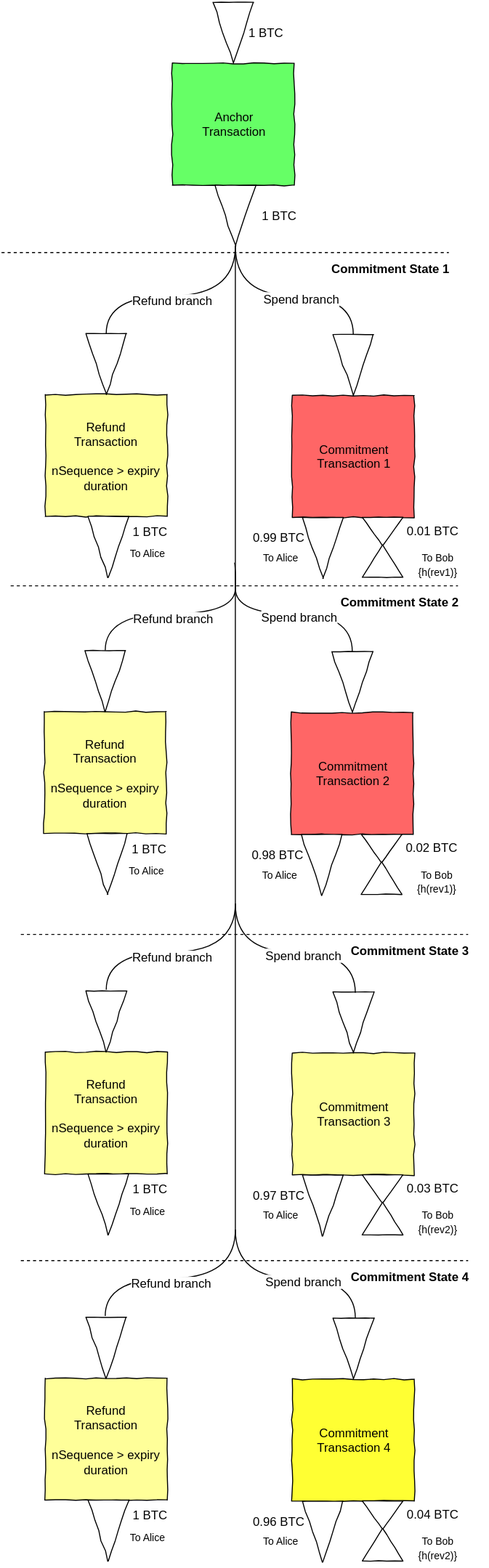
The draw.io diagram two-way-channel4.svg in PayChan/bitcoin-payment-channels-taxonomy, before a commit. Source tidied: cells renumbered, new cells last; positions are measured from the earlier drawing's top-left corner, leaving out a move shared by most shapes.
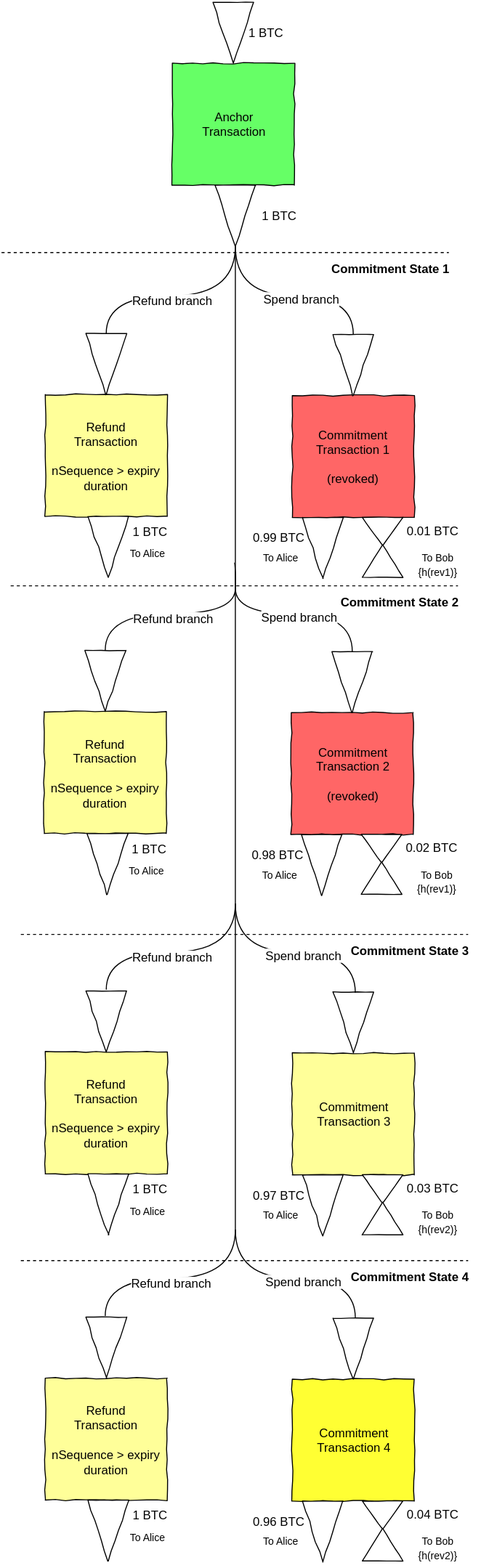
Later version of the same file.

Commit message:
Add everlasting channel diagram

What changed in the source:
```diff
@@ -62,7 +62,7 @@
     <mxCell id="15" style="triangle;whiteSpace=wrap;html=1;comic=1;rotation=90;" parent="1" vertex="1">
       <mxGeometry x="75" y="506.2" width="60" height="40" as="geometry" />
     </mxCell>
-    <mxCell id="16" value="Commitment&lt;div&gt;Transaction 1&lt;/div&gt;" style="whiteSpace=wrap;html=1;comic=1;fillColor=#FF6666;" parent="1" vertex="1">
+    <mxCell id="16" value="&lt;div&gt;Commitment Transaction 1&lt;/div&gt;&lt;div&gt;&lt;br&gt;&lt;/div&gt;&lt;div&gt;(revoked)&lt;/div&gt;" style="whiteSpace=wrap;html=1;comic=1;fillColor=#FF6666;" parent="1" vertex="1">
       <mxGeometry x="286" y="377.2" width="120" height="120" as="geometry" />
     </mxCell>
     <mxCell id="17" style="triangle;whiteSpace=wrap;html=1;comic=1;rotation=90;" parent="1" vertex="1">
@@ -172,7 +172,7 @@
     <mxCell id="44" style="triangle;whiteSpace=wrap;html=1;comic=1;rotation=90;" parent="1" vertex="1">
       <mxGeometry x="74" y="818.2" width="60" height="40" as="geometry" />
     </mxCell>
-    <mxCell id="45" value="Commitment&lt;div&gt;Transaction 2&lt;/div&gt;" style="whiteSpace=wrap;html=1;comic=1;fillColor=#FF6666;" parent="1" vertex="1">
+    <mxCell id="45" value="Commitment&lt;div&gt;Transaction 2&lt;/div&gt;&lt;div&gt;&lt;br&gt;&lt;/div&gt;&lt;div&gt;&lt;span&gt;(revoked)&lt;/span&gt;&lt;br&gt;&lt;/div&gt;" style="whiteSpace=wrap;html=1;comic=1;fillColor=#FF6666;" parent="1" vertex="1">
       <mxGeometry x="285" y="689.2" width="120" height="120" as="geometry" />
     </mxCell>
     <mxCell id="46" style="triangle;whiteSpace=wrap;html=1;comic=1;rotation=90;" parent="1" vertex="1">
```
